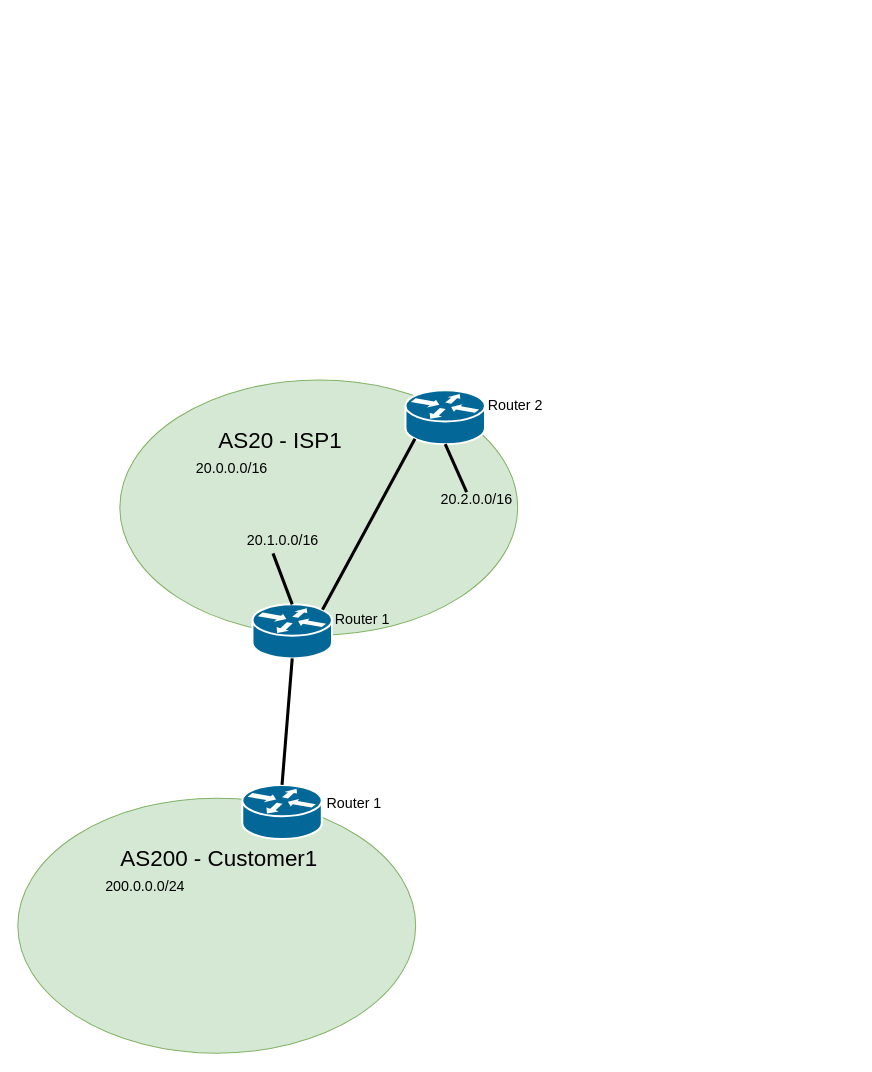
Above: starting_topology.drawio in ThetaRangers/KatharaRPKI (draw.io), before the change. Source tidied: cells renumbered, new cells numbered last; positions are measured from the earlier drawing's top-left corner, leaving out a move shared by most shapes. Both pictures are drawn from the tidied source at 102%, with x=0, y=0 at pixel (17, 379).
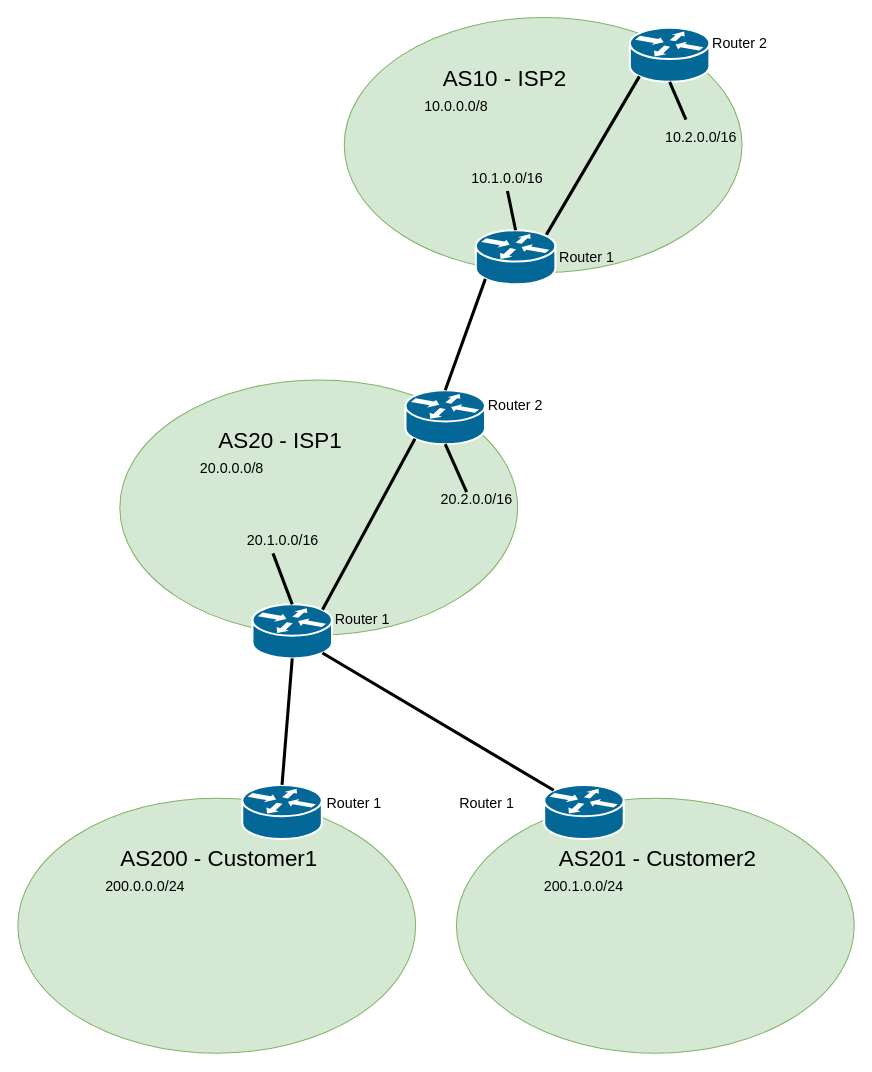
The same page after the edit.

Commit message (it also covers changes not shown here):
Fixed starting topology

The change refers to these unchanged cells:
```xml
<mxCell id="2" style="group;" parent="1" vertex="1">
  <mxGeometry x="100" width="390" height="273" as="geometry" />
</mxCell>
<mxCell id="5" style="shape=mxgraph.cisco.routers.router;sketch=0;html=1;dashed=0;fillColor=#036897;strokeColor=#ffffff;strokeWidth=2;verticalLabelPosition=bottom;verticalAlign=top;align=center;outlineConnect=0;" parent="2" vertex="1">
  <mxGeometry x="130" y="220" width="78" height="53" as="geometry" />
</mxCell>
<mxCell id="7" style="shape=mxgraph.cisco.routers.router;sketch=0;html=1;dashed=0;fillColor=#036897;strokeColor=#ffffff;strokeWidth=2;verticalLabelPosition=bottom;verticalAlign=top;align=center;outlineConnect=0;" parent="2" vertex="1">
  <mxGeometry x="280" y="10" width="78" height="53" as="geometry" />
</mxCell>
```

Change to the diagram source:
```diff
@@
-    <mxCell id="6" value="&lt;font style=&quot;font-size: 14px;&quot;&gt;20.0.0.0/16&lt;/font&gt;" style="text;html=1;strokeColor=none;fillColor=none;align=center;verticalAlign=middle;whiteSpace=wrap;rounded=0;fontSize=22;" parent="2" vertex="1">
+    <mxCell id="6" value="&lt;font style=&quot;font-size: 14px;&quot;&gt;20.0.0.0/8&lt;/font&gt;" style="text;html=1;strokeColor=none;fillColor=none;align=center;verticalAlign=middle;whiteSpace=wrap;rounded=0;fontSize=22;" parent="2" vertex="1">
       <mxGeometry x="80" y="70" width="60" height="30" as="geometry" />
     </mxCell>
@@
+    <mxCell id="22" style="group;" parent="1" vertex="1">
+      <mxGeometry x="430" y="410" width="390" height="250" as="geometry" />
+    </mxCell>
+    <mxCell id="23" style="ellipse;whiteSpace=wrap;html=1;fillColor=#d5e8d4;strokeColor=#82b366;" parent="22" vertex="1">
+      <mxGeometry width="390" height="250" as="geometry" />
+    </mxCell>
+    <mxCell id="24" value="&lt;font style=&quot;font-size: 22px;&quot;&gt;AS201 - Customer2&lt;/font&gt;" style="text;html=1;strokeColor=none;fillColor=none;align=center;verticalAlign=middle;whiteSpace=wrap;rounded=0;" parent="22" vertex="1">
+      <mxGeometry x="95" y="40" width="205" height="40" as="geometry" />
+    </mxCell>
+    <mxCell id="25" style="shape=mxgraph.cisco.routers.router;sketch=0;html=1;dashed=0;fillColor=#036897;strokeColor=#ffffff;strokeWidth=2;verticalLabelPosition=bottom;verticalAlign=top;align=center;outlineConnect=0;" parent="22" vertex="1">
+      <mxGeometry x="86" y="-13" width="78" height="53" as="geometry" />
+    </mxCell>
+    <mxCell id="26" value="&lt;font style=&quot;font-size: 14px;&quot;&gt;200.1.0.0/24&lt;/font&gt;" style="text;html=1;strokeColor=none;fillColor=none;align=center;verticalAlign=middle;whiteSpace=wrap;rounded=0;fontSize=22;" parent="22" vertex="1">
+      <mxGeometry x="95" y="70" width="60" height="30" as="geometry" />
+    </mxCell>
+    <mxCell id="27" value="Router 1" style="text;html=1;strokeColor=none;fillColor=none;align=center;verticalAlign=middle;whiteSpace=wrap;rounded=0;fontSize=14;" parent="22" vertex="1">
+      <mxGeometry y="-10" width="60" height="30" as="geometry" />
+    </mxCell>
+    <mxCell id="28" style="endArrow=none;html=1;rounded=0;fontSize=14;strokeWidth=3;entryX=0.88;entryY=0.9;entryDx=0;entryDy=0;entryPerimeter=0;exitX=0.12;exitY=0.1;exitDx=0;exitDy=0;exitPerimeter=0;" parent="1" edge="1" source="25" target="5">
+      <mxGeometry relative="1" as="geometry" />
+    </mxCell>
+    <mxCell id="29" style="ellipse;whiteSpace=wrap;html=1;fillColor=#d5e8d4;strokeColor=#82b366;" parent="1" vertex="1">
+      <mxGeometry x="320" y="-355.3" width="390" height="250" as="geometry" />
+    </mxCell>
+    <mxCell id="30" value="&lt;font style=&quot;font-size: 22px;&quot;&gt;AS10 - ISP2&lt;/font&gt;" style="text;html=1;strokeColor=none;fillColor=none;align=center;verticalAlign=middle;whiteSpace=wrap;rounded=0;" parent="1" vertex="1">
+      <mxGeometry x="415" y="-315.3" width="125" height="40" as="geometry" />
+    </mxCell>
+    <mxCell id="31" value="&lt;font style=&quot;font-size: 14px;&quot;&gt;10.0.0.0/8&lt;/font&gt;" style="text;html=1;strokeColor=none;fillColor=none;align=center;verticalAlign=middle;whiteSpace=wrap;rounded=0;fontSize=22;" parent="1" vertex="1">
+      <mxGeometry x="400" y="-285.3" width="60" height="30" as="geometry" />
+    </mxCell>
+    <mxCell id="32" style="shape=mxgraph.cisco.routers.router;sketch=0;html=1;dashed=0;fillColor=#036897;strokeColor=#ffffff;strokeWidth=2;verticalLabelPosition=bottom;verticalAlign=top;align=center;outlineConnect=0;" parent="1" vertex="1">
+      <mxGeometry x="600" y="-345.3" width="78" height="53" as="geometry" />
+    </mxCell>
+    <mxCell id="33" value="&lt;font style=&quot;font-size: 14px;&quot;&gt;10.1.0.0/16&lt;br&gt;&lt;/font&gt;" style="text;html=1;strokeColor=none;fillColor=none;align=center;verticalAlign=middle;whiteSpace=wrap;rounded=0;fontSize=22;" parent="1" vertex="1">
+      <mxGeometry x="450" y="-215.3" width="60" height="30" as="geometry" />
+    </mxCell>
+    <mxCell id="34" value="&lt;font style=&quot;font-size: 14px;&quot;&gt;10.2.0.0/16&lt;br&gt;&lt;/font&gt;" style="text;html=1;strokeColor=none;fillColor=none;align=center;verticalAlign=middle;whiteSpace=wrap;rounded=0;fontSize=22;" parent="1" vertex="1">
+      <mxGeometry x="640" y="-255.3" width="60" height="30" as="geometry" />
+    </mxCell>
+    <mxCell id="35" style="endArrow=none;html=1;rounded=0;fontSize=22;exitX=0.12;exitY=0.9;exitDx=0;exitDy=0;exitPerimeter=0;strokeWidth=3;entryX=0.88;entryY=0.1;entryDx=0;entryDy=0;entryPerimeter=0;" parent="1" edge="1" source="32" target="38">
+      <mxGeometry relative="1" as="geometry" />
+    </mxCell>
+    <mxCell id="36" value="Router 1" style="text;html=1;strokeColor=none;fillColor=none;align=center;verticalAlign=middle;whiteSpace=wrap;rounded=0;fontSize=14;" parent="1" vertex="1">
+      <mxGeometry x="528" y="-135.3" width="60" height="30" as="geometry" />
+    </mxCell>
+    <mxCell id="37" value="Router 2" style="text;html=1;strokeColor=none;fillColor=none;align=center;verticalAlign=middle;whiteSpace=wrap;rounded=0;fontSize=14;" parent="1" vertex="1">
+      <mxGeometry x="678" y="-345.3" width="60" height="30" as="geometry" />
+    </mxCell>
+    <mxCell id="38" style="shape=mxgraph.cisco.routers.router;sketch=0;html=1;dashed=0;fillColor=#036897;strokeColor=#ffffff;strokeWidth=2;verticalLabelPosition=bottom;verticalAlign=top;align=center;outlineConnect=0;" parent="1" vertex="1">
+      <mxGeometry x="449" y="-146.8" width="78" height="53" as="geometry" />
+    </mxCell>
+    <mxCell id="39" style="endArrow=none;html=1;rounded=0;fontSize=14;strokeWidth=3;entryX=0.5;entryY=0;entryDx=0;entryDy=0;entryPerimeter=0;exitX=0.5;exitY=1;exitDx=0;exitDy=0;" parent="1" edge="1" source="33" target="38">
+      <mxGeometry relative="1" as="geometry" />
+    </mxCell>
+    <mxCell id="40" style="endArrow=none;html=1;rounded=0;fontSize=22;exitX=0.5;exitY=1;exitDx=0;exitDy=0;exitPerimeter=0;strokeWidth=3;entryX=0.25;entryY=0;entryDx=0;entryDy=0;" parent="1" edge="1" source="32" target="34">
+      <mxGeometry relative="1" as="geometry" />
+    </mxCell>
+    <mxCell id="41" style="endArrow=none;html=1;rounded=0;fontSize=14;strokeWidth=3;entryX=0.12;entryY=0.9;entryDx=0;entryDy=0;entryPerimeter=0;exitX=0.5;exitY=0;exitDx=0;exitDy=0;exitPerimeter=0;" parent="1" edge="1" source="7" target="38">
+      <mxGeometry relative="1" as="geometry" />
+    </mxCell>
```
